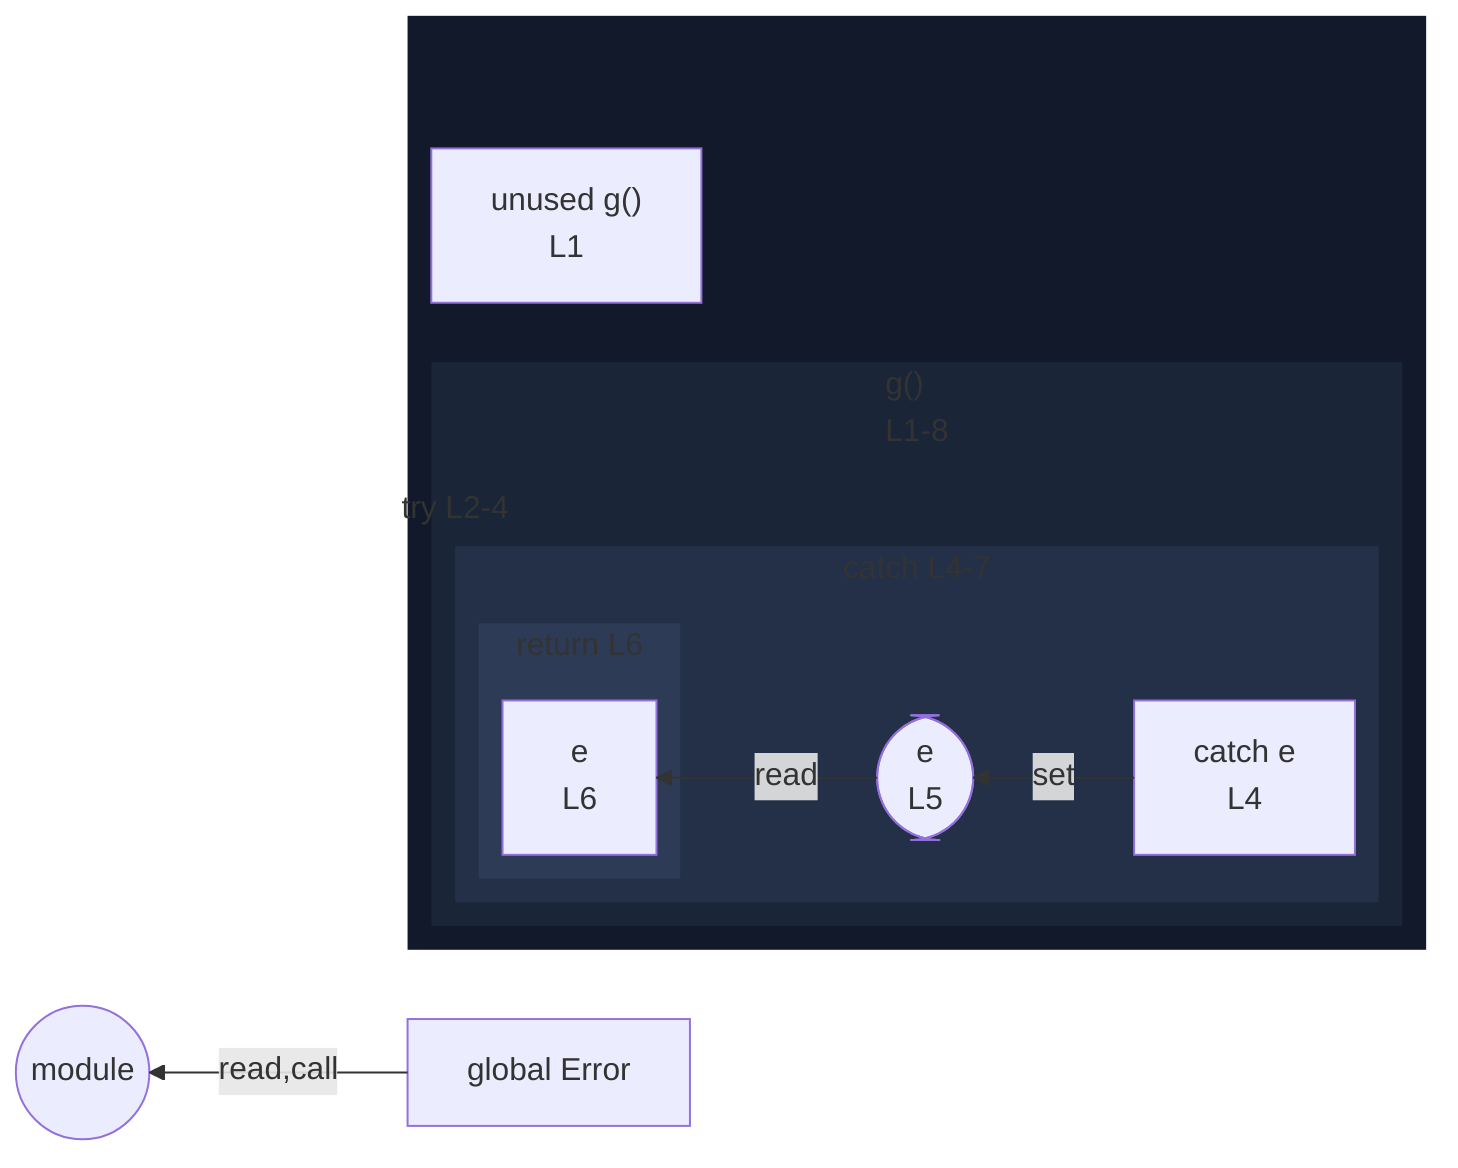
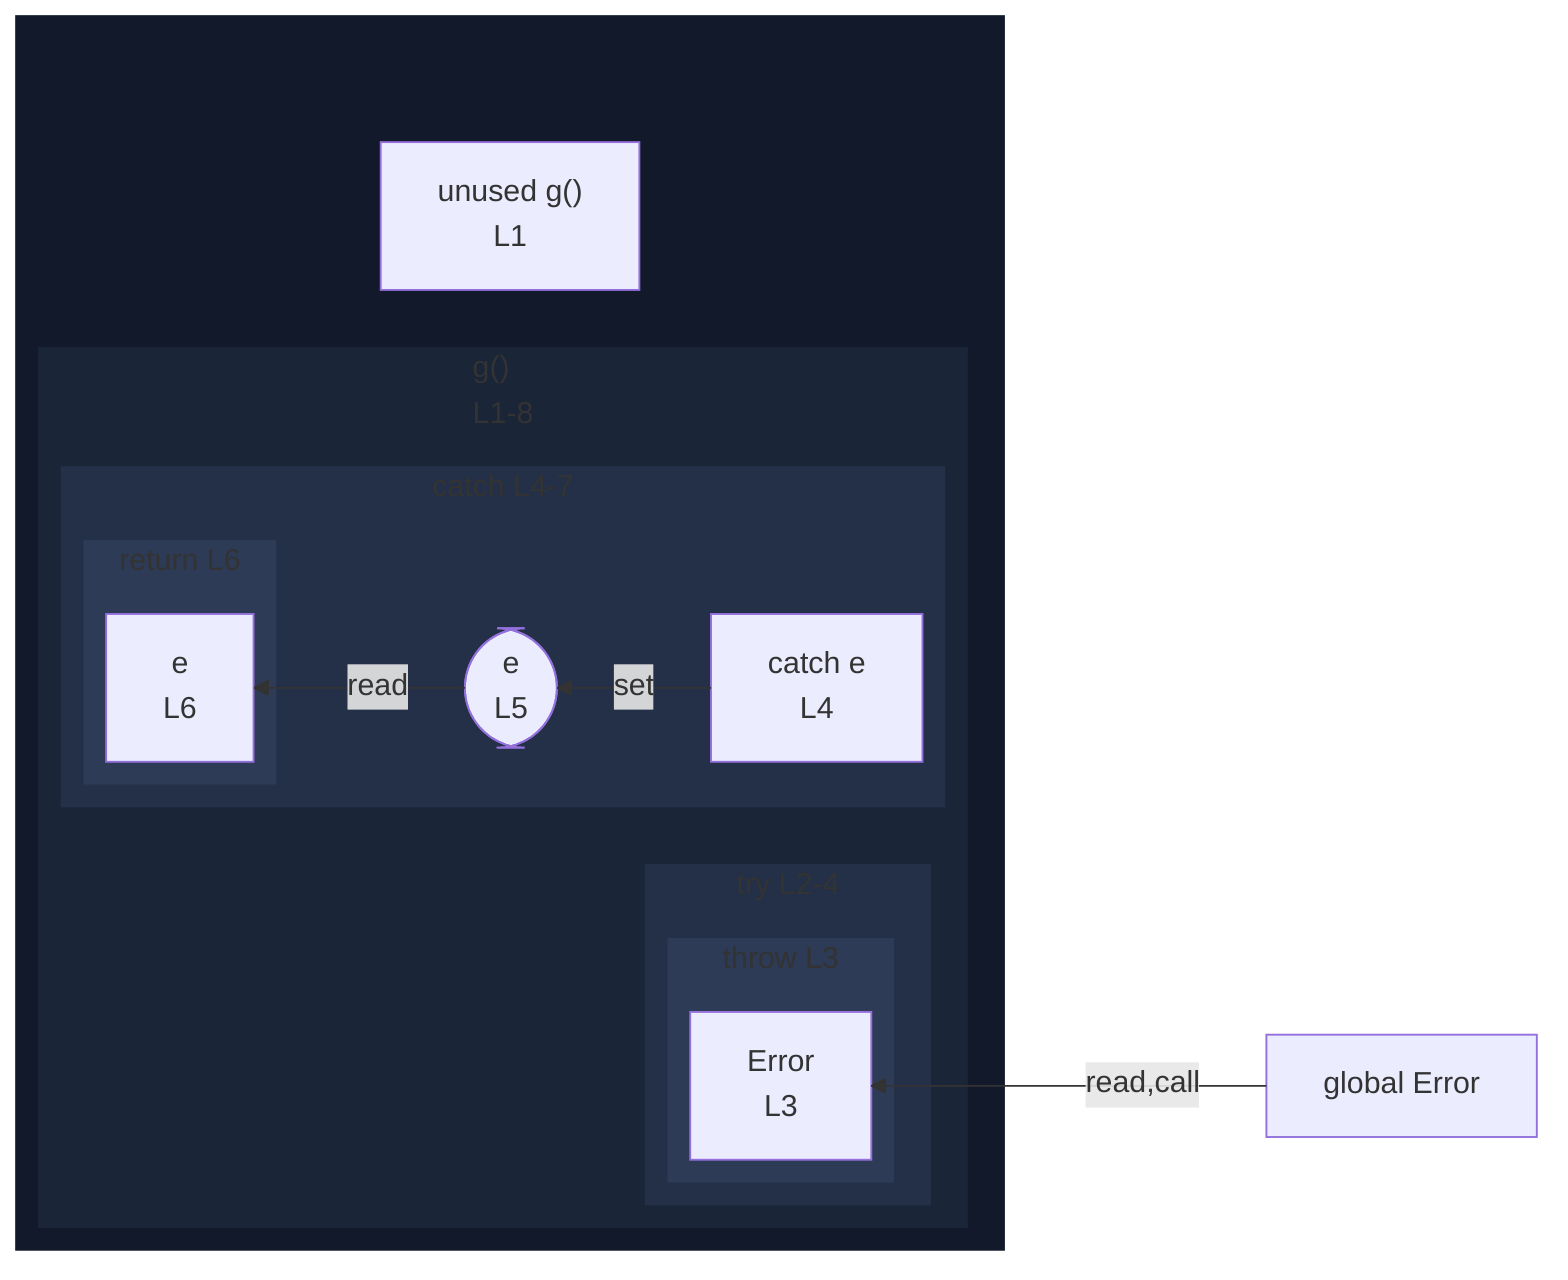
%%{init: {"flowchart": {"defaultRenderer": "elk"}}}%%
flowchart RL
  n_scope_0_Error_46["global Error"]
  subgraph wrap_s_scope_1[" "]
    direction TB
    n_scope_0_g_9["unused g()<br/>L1"]
    subgraph s_scope_1["g()<br/>L1-8"]
      direction RL
      subgraph s_scope_2["try L2-4"]
        direction RL
+         subgraph s_throw_scope_0_g_9_36_60["throw L3"]
+           direction RL
+           throw_use_ref_0["Error<br/>L3"]
+         end
      end
      subgraph s_scope_3["catch L4-7"]
        direction RL
        n_scope_3_e_72["catch e<br/>L4"]
        wr_ref_1(["e<br/>L5"])
        subgraph s_return_scope_0_g_9_102_111["return L6"]
          direction RL
          ret_use_ref_2["e<br/>L6"]
        end
      end
    end
  end
  n_scope_3_e_72 -->|set| wr_ref_1
-   n_scope_0_Error_46 -->|read,call| module_root
+   n_scope_0_Error_46 -->|read,call| throw_use_ref_0
  wr_ref_1 -->|read| ret_use_ref_2
-   module_root((module))
  classDef nestL1 fill:#11192a,stroke:transparent;
  class wrap_s_scope_1 nestL1;
  classDef nestL2 fill:#1a2538,stroke:transparent;
  class s_scope_1 nestL2;
  classDef nestL3 fill:#243047,stroke:transparent;
  class s_scope_2 nestL3;
  class s_scope_3 nestL3;
  classDef nestL4 fill:#2d3b57,stroke:transparent;
+   class s_throw_scope_0_g_9_36_60 nestL4;
  class s_return_scope_0_g_9_102_111 nestL4;
